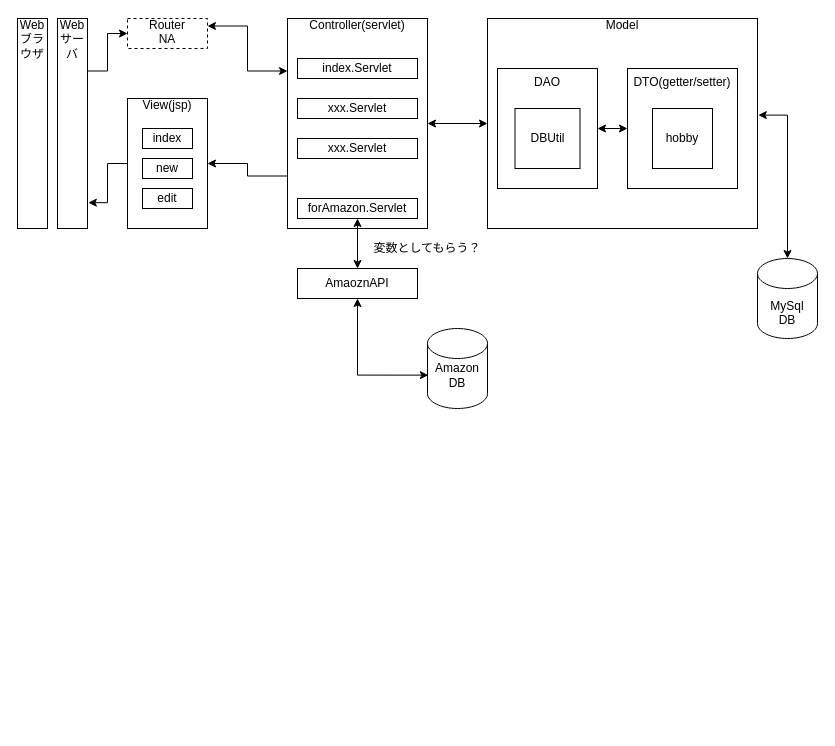
Above: page "全体" (1 of 5) of layout.drawio in juams18/hobby_management (draw.io), before the change. Source tidied: cells renumbered, new cells numbered last; positions are measured from the earlier drawing's top-left corner, leaving out a move shared by most shapes. Both pictures are drawn from the tidied source at 100%, with x=0, y=0 at pixel (17, 18).
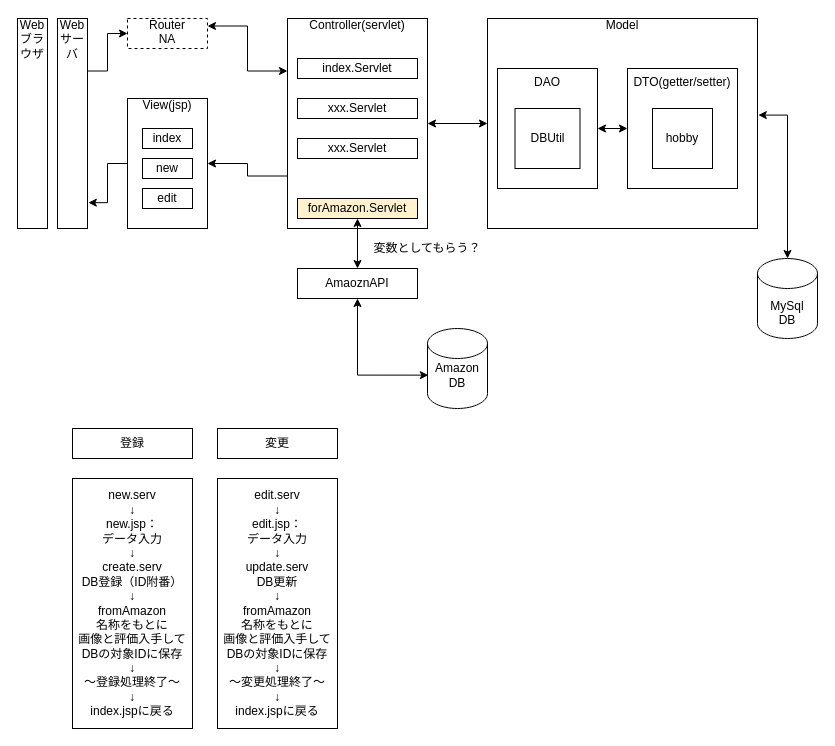
After the change.

What changed in the source:
```diff
@@
-    <mxCell id="21" value="forAmazon.Servlet" style="rounded=0;whiteSpace=wrap;html=1;" parent="1" vertex="1">
+    <mxCell id="21" value="forAmazon.Servlet" style="rounded=0;whiteSpace=wrap;html=1;fillColor=#FFF2CC;" parent="1" vertex="1">
       <mxGeometry x="280" y="180" width="120" height="20" as="geometry" />
     </mxCell>
@@
+    <mxCell id="32" value="登録" style="rounded=0;whiteSpace=wrap;html=1;align=center;" parent="1" vertex="1">
+      <mxGeometry x="55" y="410" width="120" height="30" as="geometry" />
+    </mxCell>
+    <mxCell id="33" value="new.serv&lt;br&gt;↓&lt;br&gt;new.jsp：&lt;br&gt;データ入力&lt;br&gt;↓&lt;br&gt;create.serv&lt;br&gt;DB登録（ID附番）&lt;br&gt;↓&lt;br&gt;fromAmazon&lt;br&gt;名称をもとに&lt;br&gt;画像と評価入手して&lt;br&gt;DBの対象IDに保存&lt;br&gt;↓&lt;br&gt;～登録処理終了～&lt;br&gt;↓&lt;br&gt;index.jspに戻る" style="rounded=0;whiteSpace=wrap;html=1;align=center;" parent="1" vertex="1">
+      <mxGeometry x="55" y="460" width="120" height="250" as="geometry" />
+    </mxCell>
+    <mxCell id="34" value="変更" style="rounded=0;whiteSpace=wrap;html=1;align=center;" parent="1" vertex="1">
+      <mxGeometry x="200" y="410" width="120" height="30" as="geometry" />
+    </mxCell>
+    <mxCell id="35" value="edit.serv&lt;br&gt;↓&lt;br&gt;edit.jsp：&lt;br&gt;データ入力&lt;br&gt;↓&lt;br&gt;update.serv&lt;br&gt;DB更新&lt;br&gt;↓&lt;br&gt;fromAmazon&lt;br&gt;名称をもとに&lt;br&gt;画像と評価入手して&lt;br&gt;DBの対象IDに保存&lt;br&gt;↓&lt;br&gt;～変更処理終了～&lt;br&gt;↓&lt;br&gt;index.jspに戻る" style="rounded=0;whiteSpace=wrap;html=1;align=center;" parent="1" vertex="1">
+      <mxGeometry x="200" y="460" width="120" height="250" as="geometry" />
+    </mxCell>
```
